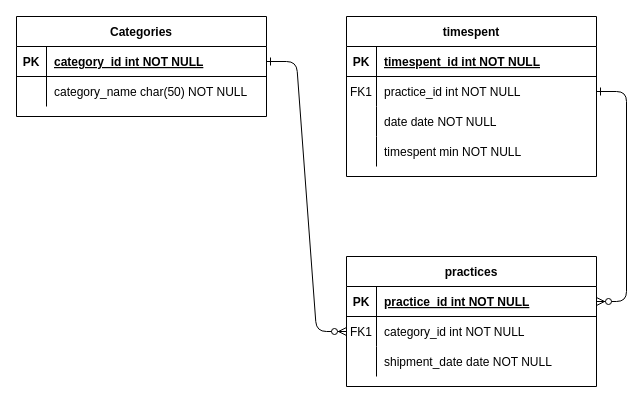
Before: 名称未設定ファイル.drawio in namacosansan/ER, a draw.io diagram. Source tidied: cells renumbered, new cells numbered last; positions are measured from the earlier drawing's top-left corner, leaving out a move shared by most shapes. Both pictures are drawn from the tidied source at 100%, with x=0, y=0 at pixel (16, 16).
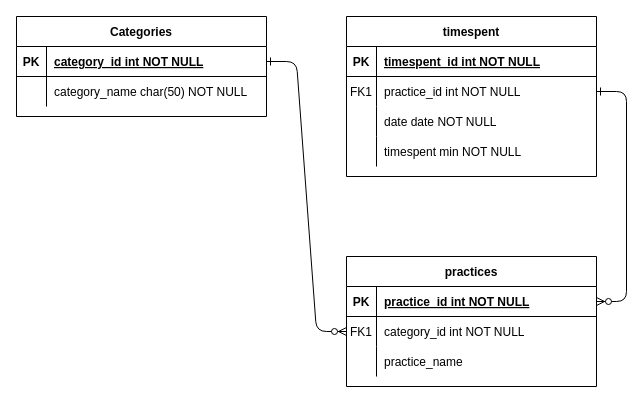
Above is the later version.

Commit message:
名称未設定ファイル.drawio を更新します

The change refers to these unchanged cells:
```xml
<mxCell id="24" style="shape=partialRectangle;fillColor=none;top=0;left=0;right=0;bottom=0;" parent="17" vertex="1">
  <mxGeometry y="90" width="250" height="30" as="geometry" />
</mxCell>
```

Diff of the diagram source:
```diff
@@
-    <mxCell id="26" value="shipment_date date NOT NULL" style="shape=partialRectangle;overflow=hidden;fillColor=none;top=0;left=0;bottom=0;right=0;align=left;spacingLeft=6;" parent="24" vertex="1">
+    <mxCell id="26" value="practice_name" style="shape=partialRectangle;overflow=hidden;fillColor=none;top=0;left=0;bottom=0;right=0;align=left;spacingLeft=6;" parent="24" vertex="1">
       <mxGeometry x="30" width="220" height="30" as="geometry" />
     </mxCell>
```
